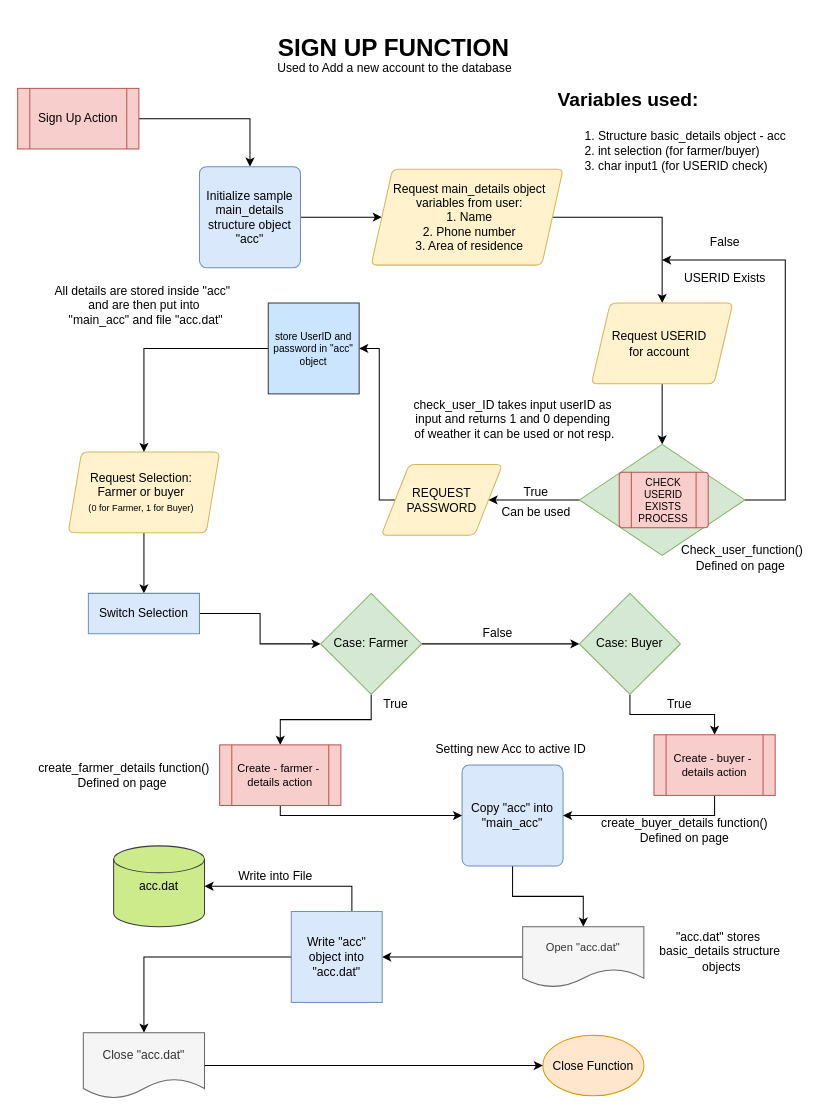
dhruvbanerjee77/FARMHOUSE-A-Marketing-Portal keeps this draw.io diagram as page "Page-1" (1 of 3) of Flow Charts/2. Sign_Up.drawio. Above is the earlier version. Source tidied: cells renumbered, new cells numbered last; positions are measured from the earlier drawing's top-left corner, leaving out a move shared by most shapes. Both pictures are drawn from the tidied source at 101%, with x=0, y=0 at pixel (17, 27).
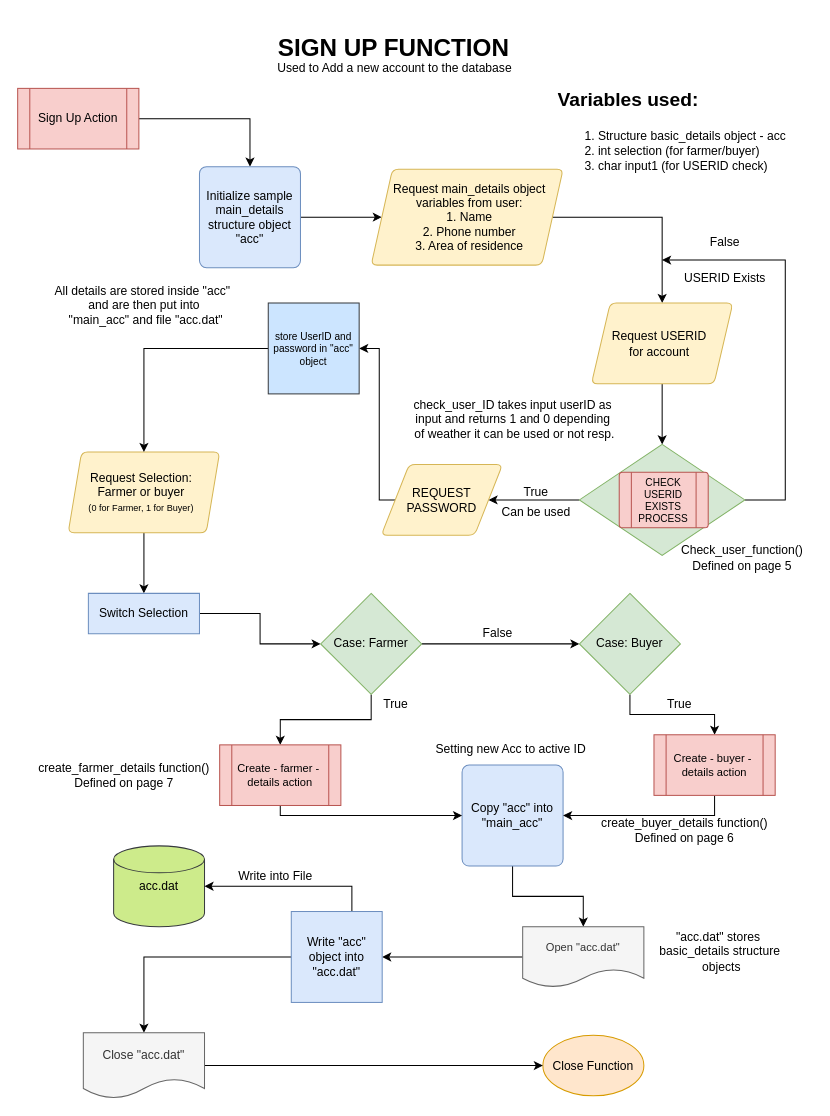
Above is the later version.

Change to the diagram source:
```diff
@@
-    <mxCell id="47" value="Check_user_function()&lt;br&gt;Defined on page&amp;nbsp;" style="text;html=1;align=center;verticalAlign=middle;fontSize=12;" parent="1" vertex="1">
+    <mxCell id="47" value="Check_user_function()&lt;br&gt;Defined on page 5" style="text;html=1;align=center;verticalAlign=middle;fontSize=12;" parent="1" vertex="1">
       <mxGeometry x="647" y="510" width="140" height="30" as="geometry" />
     </mxCell>
@@
-    <mxCell id="52" value="create_farmer_details function()&lt;br&gt;Defined on page&amp;nbsp;" style="text;html=1;align=center;verticalAlign=middle;fontSize=12;" parent="1" vertex="1">
+    <mxCell id="52" value="create_farmer_details function()&lt;br&gt;Defined on page 7" style="text;html=1;align=center;verticalAlign=middle;fontSize=12;" parent="1" vertex="1">
       <mxGeometry x="10" y="725" width="190" height="30" as="geometry" />
     </mxCell>
-    <mxCell id="53" value="create_buyer_details function()&lt;br&gt;Defined on page" style="text;html=1;align=center;verticalAlign=middle;fontSize=12;" parent="1" vertex="1">
+    <mxCell id="53" value="create_buyer_details function()&lt;br&gt;Defined on page 6" style="text;html=1;align=center;verticalAlign=middle;fontSize=12;" parent="1" vertex="1">
       <mxGeometry x="570" y="780" width="180" height="30" as="geometry" />
     </mxCell>
```
